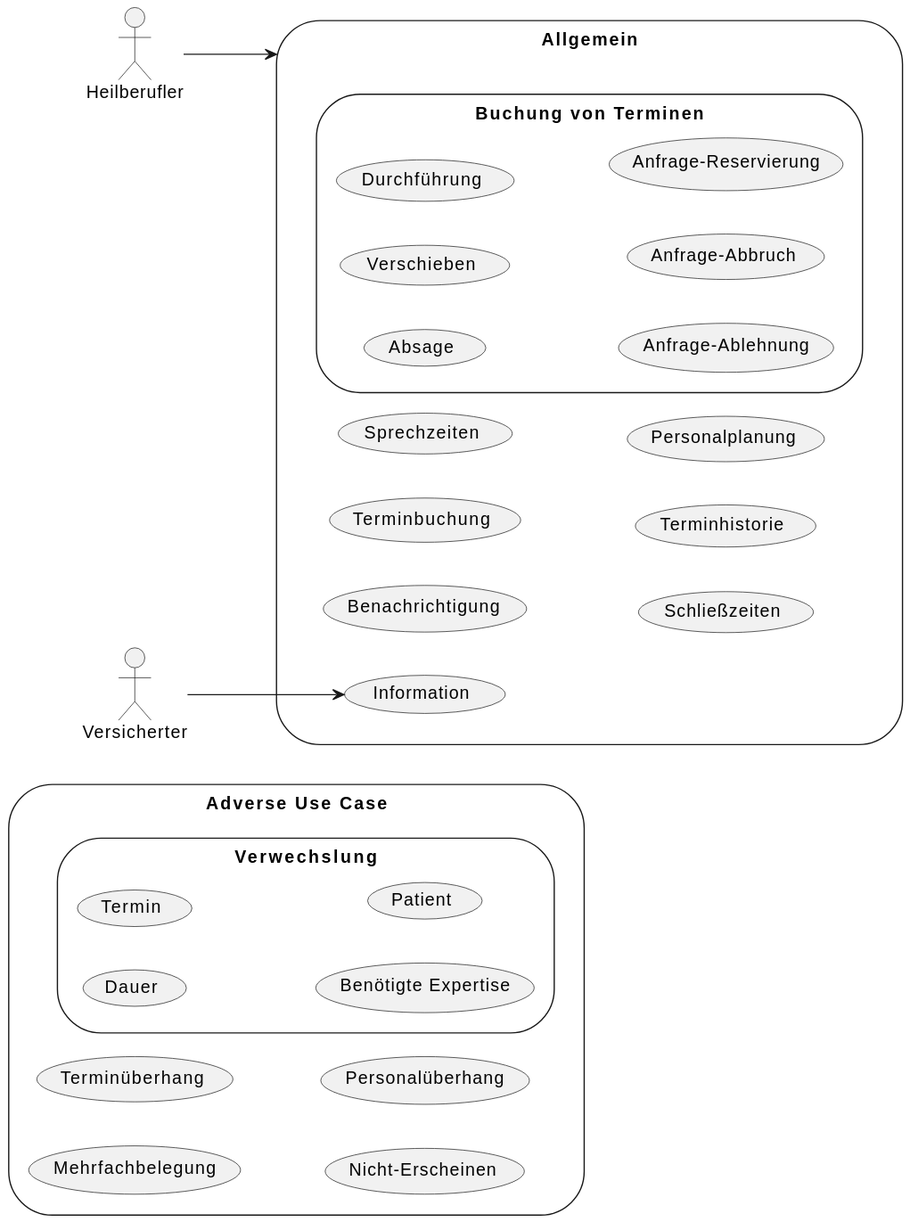
This is Material/images/diagrams/usecases.svg from gematik/spec-ISiK-Terminplanung, a PlantUML export, as it was before one commit.
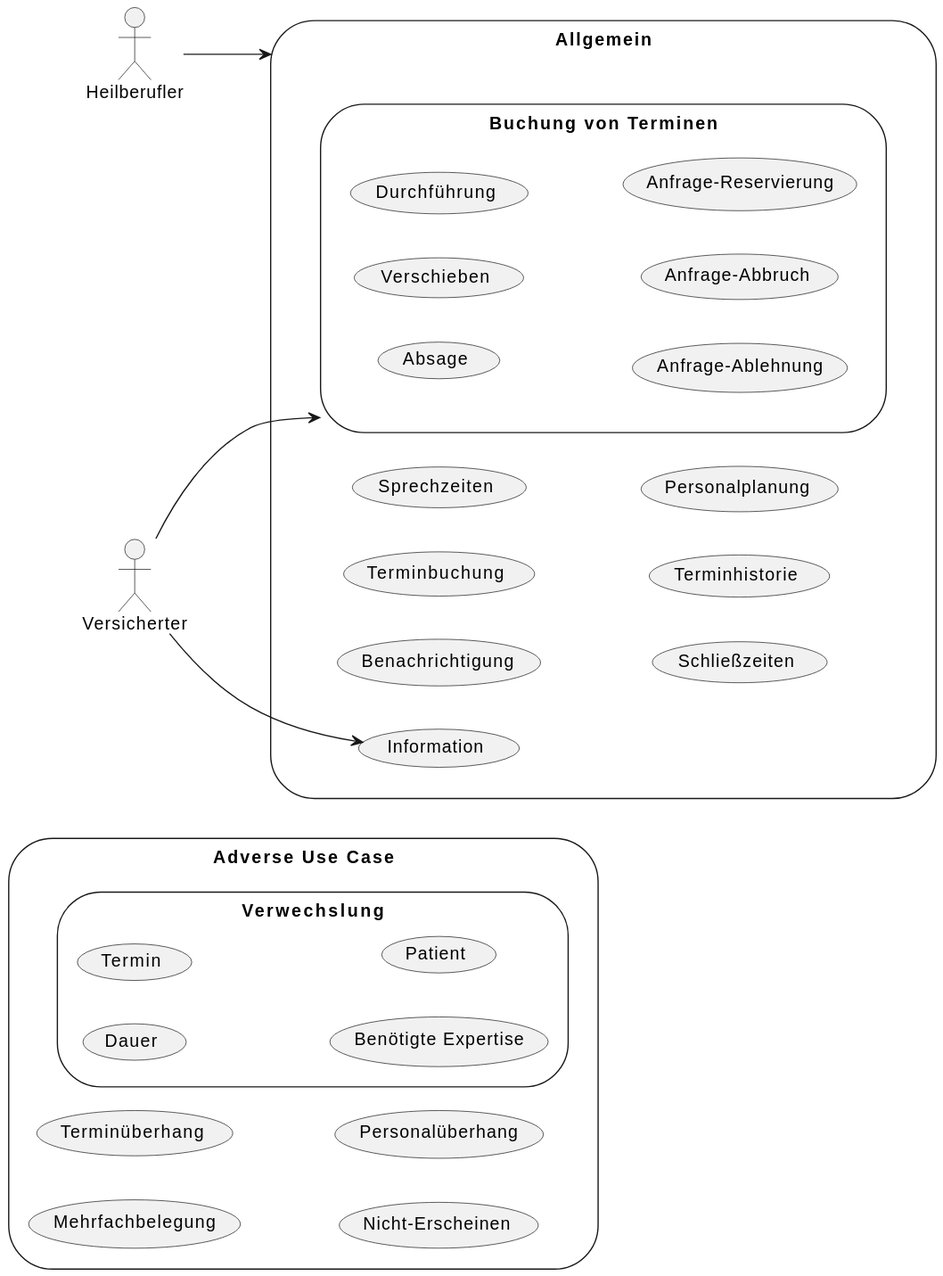
Above is the later version.

Diff of the diagram source:
```diff
@@ -36,5 +36,7 @@
 
 Heilberufler --> gnrlUC
 Versicherter --> Information
+Versicherter --> booKUC
+
 
 @enduml
```
